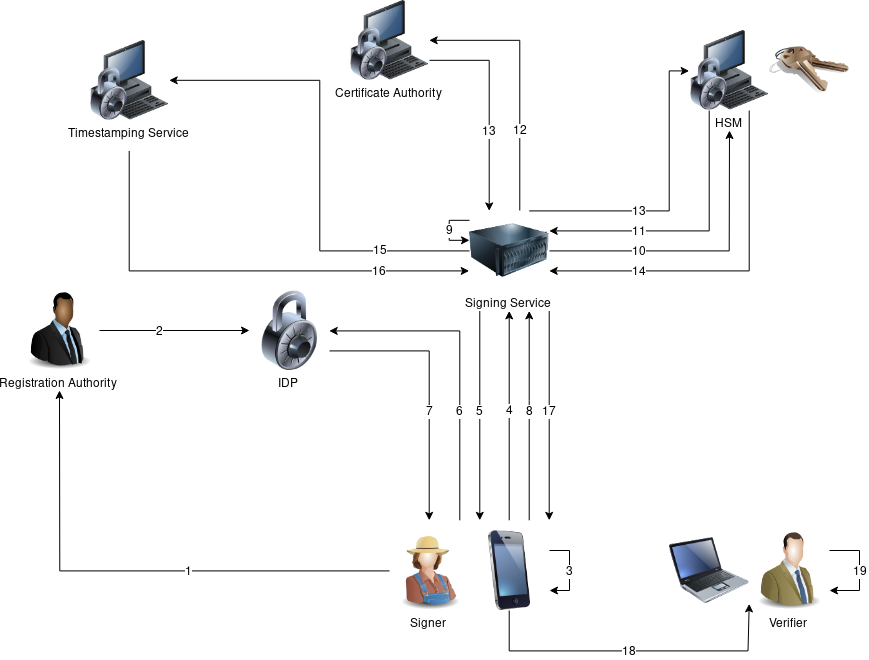
Before: doc/pflichtenheft/images/BigPicture.png, a diagram exported from draw.io (izolight/thesis). Source tidied: cells renumbered, new cells last; positions are measured from the earlier drawing's top-left corner, leaving out a move shared by most shapes.
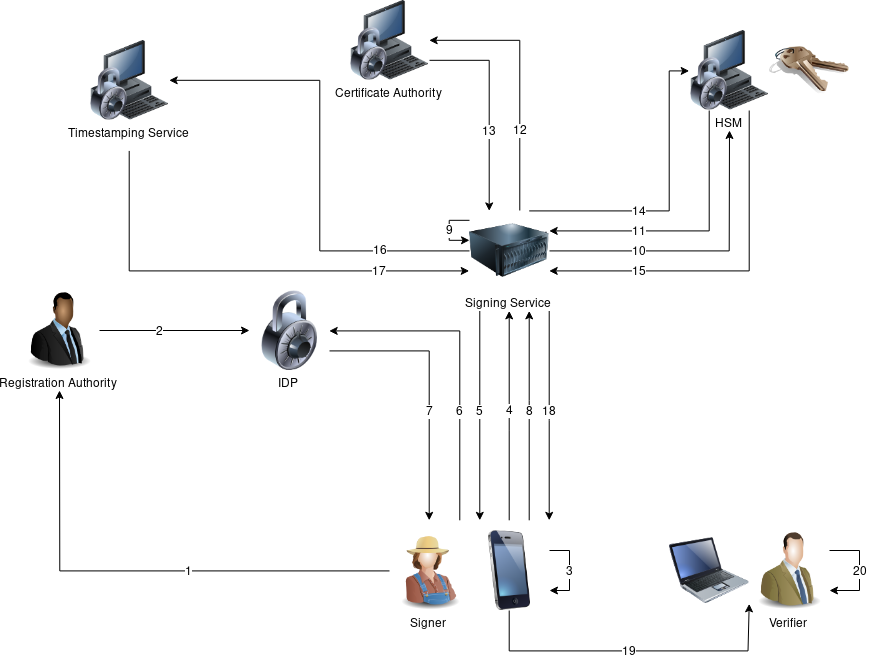
The same diagram one commit later.

The edit, as a diff of the source:
```diff
@@ -47,7 +47,7 @@
         </Array>
       </mxGeometry>
     </mxCell>
-    <mxCell id="9" value="13" style="text;html=1;align=center;verticalAlign=middle;labelBackgroundColor=#ffffff;" parent="8" vertex="1">
+    <mxCell id="9" value="14" style="text;html=1;align=center;verticalAlign=middle;labelBackgroundColor=#ffffff;" parent="8" vertex="1">
       <mxGeometry x="-0.07" y="52" relative="1" as="geometry">
         <mxPoint x="22" as="offset" />
       </mxGeometry>
@@ -55,7 +55,7 @@
     <mxCell id="10" style="edgeStyle=orthogonalEdgeStyle;rounded=0;jettySize=auto;html=1;entryX=1;entryY=0.5;entryDx=0;entryDy=0;" parent="1" edge="1" source="14" target="25">
       <mxGeometry relative="1" as="geometry" />
     </mxCell>
-    <mxCell id="11" value="15" style="text;html=1;align=center;verticalAlign=middle;labelBackgroundColor=#ffffff;" parent="10" vertex="1">
+    <mxCell id="11" value="16" style="text;html=1;align=center;verticalAlign=middle;labelBackgroundColor=#ffffff;" parent="10" vertex="1">
       <mxGeometry x="-0.36" y="-54" relative="1" as="geometry">
         <mxPoint x="6" as="offset" />
       </mxGeometry>
@@ -70,7 +70,7 @@
         </Array>
       </mxGeometry>
     </mxCell>
-    <mxCell id="13" value="17" style="text;html=1;align=center;verticalAlign=middle;labelBackgroundColor=#ffffff;" parent="12" vertex="1">
+    <mxCell id="13" value="18" style="text;html=1;align=center;verticalAlign=middle;labelBackgroundColor=#ffffff;" parent="12" vertex="1">
       <mxGeometry x="0.16" y="3" relative="1" as="geometry">
         <mxPoint x="-3" y="-21.5" as="offset" />
       </mxGeometry>
@@ -97,7 +97,7 @@
         </Array>
       </mxGeometry>
     </mxCell>
-    <mxCell id="18" value="14" style="text;html=1;align=center;verticalAlign=middle;labelBackgroundColor=#ffffff;" parent="17" vertex="1">
+    <mxCell id="18" value="15" style="text;html=1;align=center;verticalAlign=middle;labelBackgroundColor=#ffffff;" parent="17" vertex="1">
       <mxGeometry x="-0.33" y="2" relative="1" as="geometry">
         <mxPoint x="-112" y="39" as="offset" />
       </mxGeometry>
@@ -128,7 +128,7 @@
         </Array>
       </mxGeometry>
     </mxCell>
-    <mxCell id="24" value="16" style="text;html=1;align=center;verticalAlign=middle;labelBackgroundColor=#ffffff;" parent="23" vertex="1">
+    <mxCell id="24" value="17" style="text;html=1;align=center;verticalAlign=middle;labelBackgroundColor=#ffffff;" parent="23" vertex="1">
       <mxGeometry x="0.35" y="4" relative="1" as="geometry">
         <mxPoint x="60.5" y="4" as="offset" />
       </mxGeometry>
@@ -214,7 +214,7 @@
         </Array>
       </mxGeometry>
     </mxCell>
-    <mxCell id="40" value="18" style="text;html=1;align=center;verticalAlign=middle;labelBackgroundColor=#ffffff;" parent="39" vertex="1">
+    <mxCell id="40" value="19" style="text;html=1;align=center;verticalAlign=middle;labelBackgroundColor=#ffffff;" parent="39" vertex="1">
       <mxGeometry y="2" relative="1" as="geometry">
         <mxPoint x="-3" y="2" as="offset" />
       </mxGeometry>
@@ -276,7 +276,7 @@
         </Array>
       </mxGeometry>
     </mxCell>
-    <mxCell id="52" value="19" style="text;html=1;align=center;verticalAlign=middle;labelBackgroundColor=#ffffff;" parent="51" vertex="1">
+    <mxCell id="52" value="20" style="text;html=1;align=center;verticalAlign=middle;labelBackgroundColor=#ffffff;" parent="51" vertex="1">
       <mxGeometry x="-0.67" y="-9" relative="1" as="geometry">
         <mxPoint x="13.5" y="11" as="offset" />
       </mxGeometry>
```
